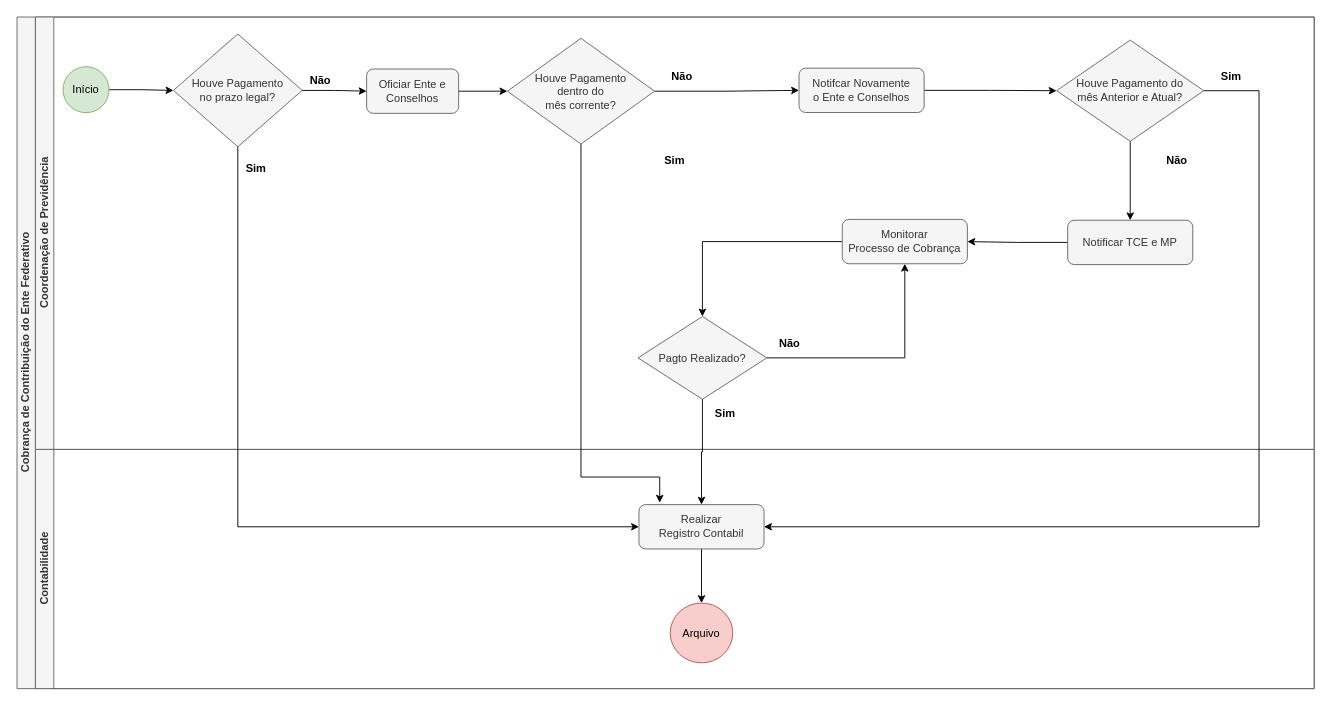
Above: CobrancaAtrasoDoEnte.drawio in Ramaniks/fluxogramas-toledoprev (draw.io), before the change. Source tidied: cells renumbered, new cells numbered last; positions are measured from the earlier drawing's top-left corner, leaving out a move shared by most shapes. Both pictures are drawn from the tidied source at 92%, with x=0, y=0 at pixel (17, 17).
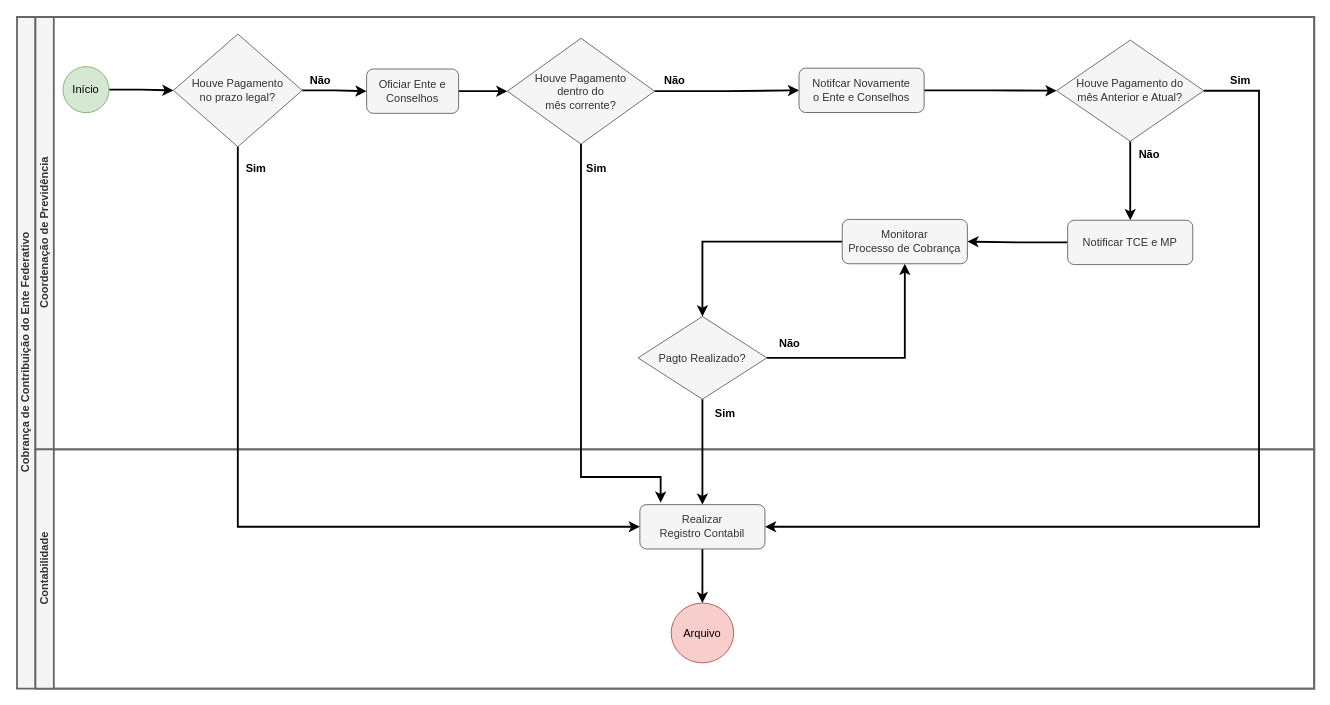
After the change.

The change refers to these unchanged cells:
```xml
<mxCell id="5" value="Início" style="ellipse;whiteSpace=wrap;html=1;fillColor=#d5e8d4;strokeColor=#82b366;" parent="3" vertex="1">
  <mxGeometry x="30" y="54" width="50" height="50" as="geometry" />
</mxCell>
<mxCell id="7" value="Houve Pagamento &lt;br&gt;no prazo legal?" style="rhombus;whiteSpace=wrap;html=1;fillColor=#f5f5f5;fontColor=#333333;strokeColor=#666666;" parent="3" vertex="1">
  <mxGeometry x="150" y="18.5" width="140" height="122.5" as="geometry" />
</mxCell>
<mxCell id="12" value="Houve Pagamento do &lt;br&gt;mês Anterior e Atual?" style="rhombus;whiteSpace=wrap;html=1;fillColor=#f5f5f5;fontColor=#333333;strokeColor=#666666;" parent="3" vertex="1">
  <mxGeometry x="1110" y="25.1" width="160" height="110" as="geometry" />
</mxCell>
<mxCell id="14" value="Houve Pagamento&lt;br&gt;dentro do &lt;br&gt;mês corrente?" style="rhombus;whiteSpace=wrap;html=1;fillColor=#f5f5f5;fontColor=#333333;strokeColor=#666666;" parent="3" vertex="1">
  <mxGeometry x="513" y="23.1" width="160" height="115" as="geometry" />
</mxCell>
<mxCell id="18" value="Pagto Realizado?" style="rhombus;whiteSpace=wrap;html=1;fillColor=#f5f5f5;fontColor=#333333;strokeColor=#666666;" parent="3" vertex="1">
  <mxGeometry x="655" y="325.5" width="140" height="90" as="geometry" />
</mxCell>
<mxCell id="23" value="Oficiar Ente e Conselhos" style="rounded=1;whiteSpace=wrap;html=1;fillColor=#f5f5f5;fontColor=#333333;strokeColor=#666666;" parent="3" vertex="1">
  <mxGeometry x="360" y="56.5" width="100" height="48.2" as="geometry" />
</mxCell>
<mxCell id="25" value="Notifcar Novamente&lt;br style=&quot;border-color: var(--border-color);&quot;&gt;o Ente e Conselhos" style="rounded=1;whiteSpace=wrap;html=1;fillColor=#f5f5f5;fontColor=#333333;strokeColor=#666666;" parent="3" vertex="1">
  <mxGeometry x="830" y="55.6" width="136" height="48.2" as="geometry" />
</mxCell>
<mxCell id="27" value="Notificar TCE e MP" style="rounded=1;whiteSpace=wrap;html=1;fillColor=#f5f5f5;fontColor=#333333;strokeColor=#666666;" parent="3" vertex="1">
  <mxGeometry x="1122" y="220.9" width="136" height="48.2" as="geometry" />
</mxCell>
<mxCell id="29" value="Monitorar &lt;br&gt;Processo de Cobrança" style="rounded=1;whiteSpace=wrap;html=1;fillColor=#f5f5f5;fontColor=#333333;strokeColor=#666666;" parent="3" vertex="1">
  <mxGeometry x="877" y="220" width="136" height="48.2" as="geometry" />
</mxCell>
```

What changed in the source:
```diff
@@
-    <mxCell id="2" value="Cobrança de Contribuição do Ente Federativo" style="swimlane;horizontal=0;startSize=20;html=1;fillColor=#f5f5f5;fontColor=#333333;strokeColor=#666666;" parent="1" vertex="1">
+    <mxCell id="2" value="Cobrança de Contribuição do Ente Federativo" style="swimlane;horizontal=0;startSize=20;html=1;fillColor=#f5f5f5;fontColor=#333333;strokeColor=#666666;strokeWidth=2;" parent="1" vertex="1">
       <mxGeometry width="1410" height="730" as="geometry" />
     </mxCell>
-    <mxCell id="3" value="Coordenação de Previdência" style="swimlane;startSize=20;horizontal=0;html=1;fillColor=#f5f5f5;fontColor=#333333;strokeColor=#666666;" parent="2" vertex="1">
+    <mxCell id="3" value="Coordenação de Previdência" style="swimlane;startSize=20;horizontal=0;html=1;fillColor=#f5f5f5;fontColor=#333333;strokeColor=#666666;strokeWidth=2;" parent="2" vertex="1">
       <mxGeometry x="20" width="1390" height="470" as="geometry" />
     </mxCell>
-    <mxCell id="4" style="edgeStyle=orthogonalEdgeStyle;rounded=0;jettySize=auto;html=1;" parent="3" edge="1" source="5" target="7">
+    <mxCell id="4" style="edgeStyle=orthogonalEdgeStyle;rounded=0;jettySize=auto;html=1;strokeWidth=2;" parent="3" edge="1" source="5" target="7">
       <mxGeometry relative="1" as="geometry" />
     </mxCell>
@@
-    <mxCell id="6" style="edgeStyle=orthogonalEdgeStyle;rounded=0;jettySize=auto;html=1;" parent="3" edge="1" source="7" target="23">
+    <mxCell id="6" style="edgeStyle=orthogonalEdgeStyle;rounded=0;jettySize=auto;html=1;strokeWidth=2;" parent="3" edge="1" source="7" target="23">
       <mxGeometry relative="1" as="geometry" />
     </mxCell>
@@
     <mxCell id="10" value="Não" style="text;html=1;strokeColor=none;fillColor=none;align=center;verticalAlign=middle;whiteSpace=wrap;rounded=0;fontStyle=1;" parent="3" vertex="1">
-      <mxGeometry x="673" y="50" width="60" height="30" as="geometry" />
+      <mxGeometry x="665" y="54" width="60" height="30" as="geometry" />
     </mxCell>
-    <mxCell id="11" style="edgeStyle=orthogonalEdgeStyle;rounded=0;jettySize=auto;html=1;" parent="3" edge="1" source="12" target="27">
+    <mxCell id="11" style="edgeStyle=orthogonalEdgeStyle;rounded=0;jettySize=auto;html=1;strokeWidth=2;" parent="3" edge="1" source="12" target="27">
       <mxGeometry relative="1" as="geometry" />
     </mxCell>
@@
-    <mxCell id="13" style="edgeStyle=orthogonalEdgeStyle;rounded=0;jettySize=auto;html=1;" parent="3" edge="1" source="14" target="25">
+    <mxCell id="13" style="edgeStyle=orthogonalEdgeStyle;rounded=0;jettySize=auto;html=1;strokeWidth=2;" parent="3" edge="1" source="14" target="25">
       <mxGeometry relative="1" as="geometry" />
     </mxCell>
@@
     <mxCell id="15" value="Sim" style="text;html=1;strokeColor=none;fillColor=none;align=center;verticalAlign=middle;whiteSpace=wrap;rounded=0;fontStyle=1;" parent="3" vertex="1">
-      <mxGeometry x="1270" y="50" width="60" height="30" as="geometry" />
+      <mxGeometry x="1280" y="54" width="60" height="30" as="geometry" />
     </mxCell>
@@
-    <mxCell id="17" style="edgeStyle=orthogonalEdgeStyle;rounded=0;jettySize=auto;html=1;entryX=0.5;entryY=1;entryDx=0;entryDy=0;" parent="3" edge="1" source="18" target="29">
+    <mxCell id="17" style="edgeStyle=orthogonalEdgeStyle;rounded=0;jettySize=auto;html=1;entryX=0.5;entryY=1;entryDx=0;entryDy=0;strokeWidth=2;" parent="3" edge="1" source="18" target="29">
       <mxGeometry relative="1" as="geometry" />
     </mxCell>
@@
     <mxCell id="19" value="Não" style="text;html=1;strokeColor=none;fillColor=none;align=center;verticalAlign=middle;whiteSpace=wrap;rounded=0;fontStyle=1;" parent="3" vertex="1">
-      <mxGeometry x="1211" y="141" width="60" height="30" as="geometry" />
+      <mxGeometry x="1181" y="135.1" width="60" height="30" as="geometry" />
     </mxCell>
@@
     <mxCell id="21" value="Sim" style="text;html=1;strokeColor=none;fillColor=none;align=center;verticalAlign=middle;whiteSpace=wrap;rounded=0;fontStyle=1;" parent="3" vertex="1">
-      <mxGeometry x="665" y="141" width="60" height="30" as="geometry" />
+      <mxGeometry x="580" y="150" width="60" height="30" as="geometry" />
     </mxCell>
-    <mxCell id="22" style="edgeStyle=orthogonalEdgeStyle;rounded=0;jettySize=auto;html=1;" parent="3" edge="1" source="23" target="14">
+    <mxCell id="22" style="edgeStyle=orthogonalEdgeStyle;rounded=0;jettySize=auto;html=1;strokeWidth=2;" parent="3" edge="1" source="23" target="14">
       <mxGeometry relative="1" as="geometry" />
     </mxCell>
@@
-    <mxCell id="24" style="edgeStyle=orthogonalEdgeStyle;rounded=0;jettySize=auto;html=1;entryX=0;entryY=0.5;entryDx=0;entryDy=0;" parent="3" edge="1" source="25" target="12">
+    <mxCell id="24" style="edgeStyle=orthogonalEdgeStyle;rounded=0;jettySize=auto;html=1;entryX=0;entryY=0.5;entryDx=0;entryDy=0;strokeWidth=2;" parent="3" edge="1" source="25" target="12">
       <mxGeometry relative="1" as="geometry" />
     </mxCell>
@@
-    <mxCell id="26" style="edgeStyle=orthogonalEdgeStyle;rounded=0;jettySize=auto;html=1;" parent="3" edge="1" source="27" target="29">
+    <mxCell id="26" style="edgeStyle=orthogonalEdgeStyle;rounded=0;jettySize=auto;html=1;strokeWidth=2;" parent="3" edge="1" source="27" target="29">
       <mxGeometry relative="1" as="geometry" />
     </mxCell>
@@
-    <mxCell id="28" style="edgeStyle=orthogonalEdgeStyle;rounded=0;jettySize=auto;html=1;entryX=0.5;entryY=0;entryDx=0;entryDy=0;" parent="3" edge="1" source="29" target="18">
+    <mxCell id="28" style="edgeStyle=orthogonalEdgeStyle;rounded=0;jettySize=auto;html=1;entryX=0.5;entryY=0;entryDx=0;entryDy=0;strokeWidth=2;" parent="3" edge="1" source="29" target="18">
       <mxGeometry relative="1" as="geometry" />
     </mxCell>
@@
-    <mxCell id="30" value="Contabilidade" style="swimlane;startSize=20;horizontal=0;html=1;fillColor=#f5f5f5;fontColor=#333333;strokeColor=#666666;" parent="2" vertex="1">
+    <mxCell id="30" value="Contabilidade" style="swimlane;startSize=20;horizontal=0;html=1;fillColor=#f5f5f5;fontColor=#333333;strokeColor=#666666;strokeWidth=2;" parent="2" vertex="1">
       <mxGeometry x="20" y="470" width="1390" height="260" as="geometry" />
     </mxCell>
@@
     <mxCell id="32" value="Arquivo" style="ellipse;whiteSpace=wrap;html=1;fillColor=#f8cecc;strokeColor=#b85450;" parent="30" vertex="1">
-      <mxGeometry x="690" y="167" width="68" height="65" as="geometry" />
+      <mxGeometry x="691" y="167" width="68" height="65" as="geometry" />
     </mxCell>
-    <mxCell id="33" style="edgeStyle=orthogonalEdgeStyle;rounded=0;jettySize=auto;html=1;" parent="30" edge="1" source="34" target="32">
+    <mxCell id="33" style="edgeStyle=orthogonalEdgeStyle;rounded=0;jettySize=auto;html=1;strokeWidth=2;" parent="30" edge="1" source="34" target="32">
       <mxGeometry relative="1" as="geometry" />
     </mxCell>
     <mxCell id="34" value="Realizar &lt;br&gt;Registro Contabil" style="rounded=1;whiteSpace=wrap;html=1;fillColor=#f5f5f5;fontColor=#333333;strokeColor=#666666;" parent="30" vertex="1">
-      <mxGeometry x="656" y="60" width="136" height="48.2" as="geometry" />
+      <mxGeometry x="657" y="60" width="136" height="48.2" as="geometry" />
     </mxCell>
-    <mxCell id="35" style="edgeStyle=orthogonalEdgeStyle;rounded=0;jettySize=auto;html=1;entryX=0.5;entryY=0;entryDx=0;entryDy=0;" parent="2" edge="1" source="18" target="34">
+    <mxCell id="35" style="edgeStyle=orthogonalEdgeStyle;rounded=0;jettySize=auto;html=1;entryX=0.5;entryY=0;entryDx=0;entryDy=0;strokeWidth=2;" parent="2" edge="1" source="18" target="34">
       <mxGeometry relative="1" as="geometry" />
     </mxCell>
-    <mxCell id="36" style="edgeStyle=orthogonalEdgeStyle;rounded=0;jettySize=auto;html=1;entryX=0;entryY=0.5;entryDx=0;entryDy=0;" parent="2" edge="1" source="7" target="34">
+    <mxCell id="36" style="edgeStyle=orthogonalEdgeStyle;rounded=0;jettySize=auto;html=1;entryX=0;entryY=0.5;entryDx=0;entryDy=0;strokeWidth=2;" parent="2" edge="1" source="7" target="34">
       <mxGeometry relative="1" as="geometry">
         <Array as="points">
           <mxPoint x="240" y="554" />
         </Array>
       </mxGeometry>
     </mxCell>
-    <mxCell id="37" style="edgeStyle=orthogonalEdgeStyle;rounded=0;jettySize=auto;html=1;entryX=0.166;entryY=-0.044;entryDx=0;entryDy=0;entryPerimeter=0;" parent="2" edge="1" source="14" target="34">
+    <mxCell id="37" style="edgeStyle=orthogonalEdgeStyle;rounded=0;jettySize=auto;html=1;entryX=0.166;entryY=-0.044;entryDx=0;entryDy=0;entryPerimeter=0;strokeWidth=2;" parent="2" edge="1" source="14" target="34">
       <mxGeometry relative="1" as="geometry">
         <Array as="points">
           <mxPoint x="613" y="500" />
           <mxPoint x="699" y="500" />
         </Array>
       </mxGeometry>
     </mxCell>
-    <mxCell id="38" style="edgeStyle=orthogonalEdgeStyle;rounded=0;jettySize=auto;html=1;entryX=1;entryY=0.5;entryDx=0;entryDy=0;" parent="2" edge="1" source="12" target="34">
+    <mxCell id="38" style="edgeStyle=orthogonalEdgeStyle;rounded=0;jettySize=auto;html=1;entryX=1;entryY=0.5;entryDx=0;entryDy=0;strokeWidth=2;" parent="2" edge="1" source="12" target="34">
       <mxGeometry relative="1" as="geometry">
         <Array as="points">
           <mxPoint x="1350" y="80" />
           <mxPoint x="1350" y="554" />
         </Array>
       </mxGeometry>
     </mxCell>
```
